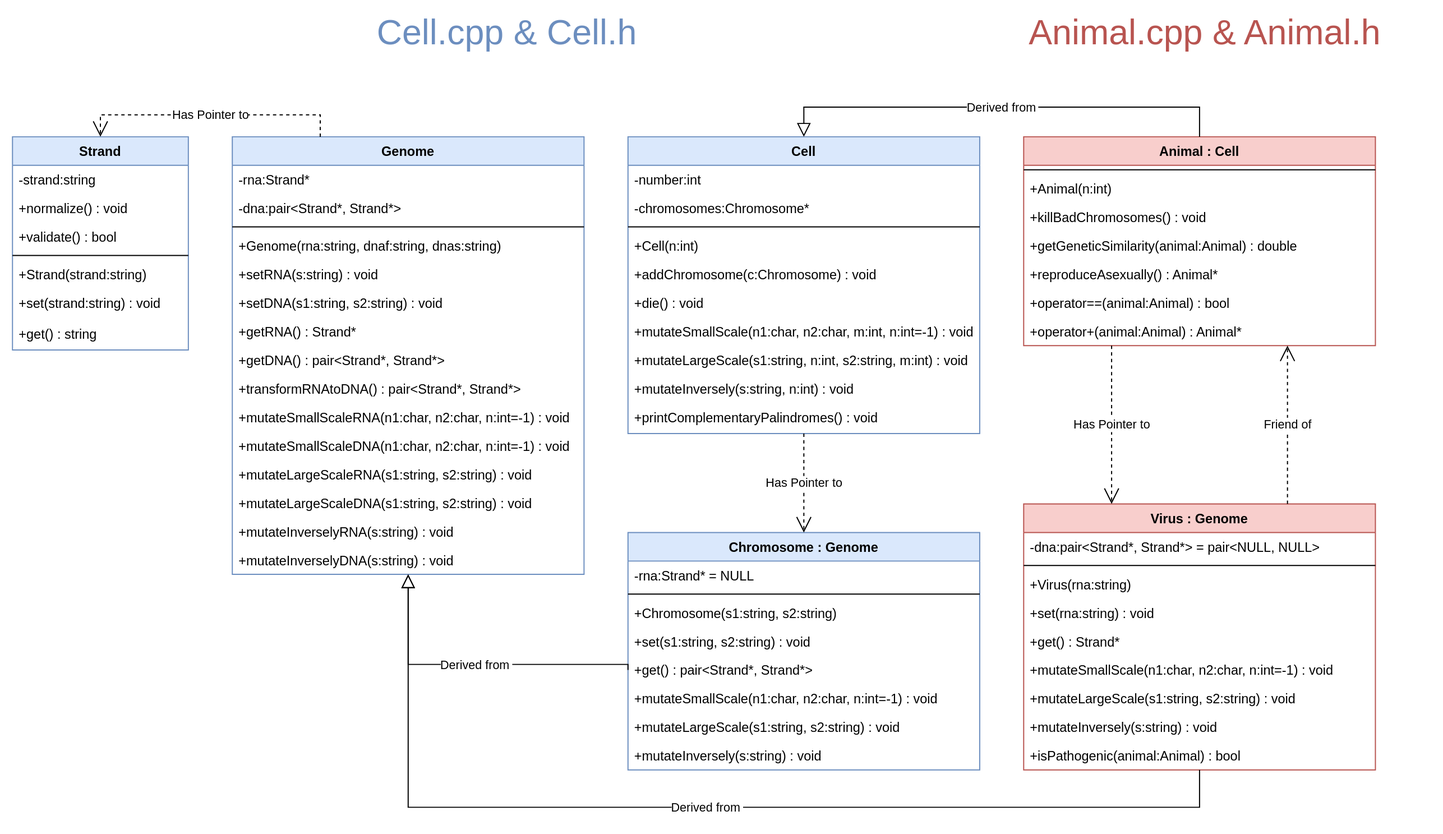
k-forghani/class-of-life keeps this draw.io diagram as schema/classes.svg. Above is the earlier version. Source tidied: cells renumbered, new cells last; positions are measured from the earlier drawing's top-left corner, leaving out a move shared by most shapes.
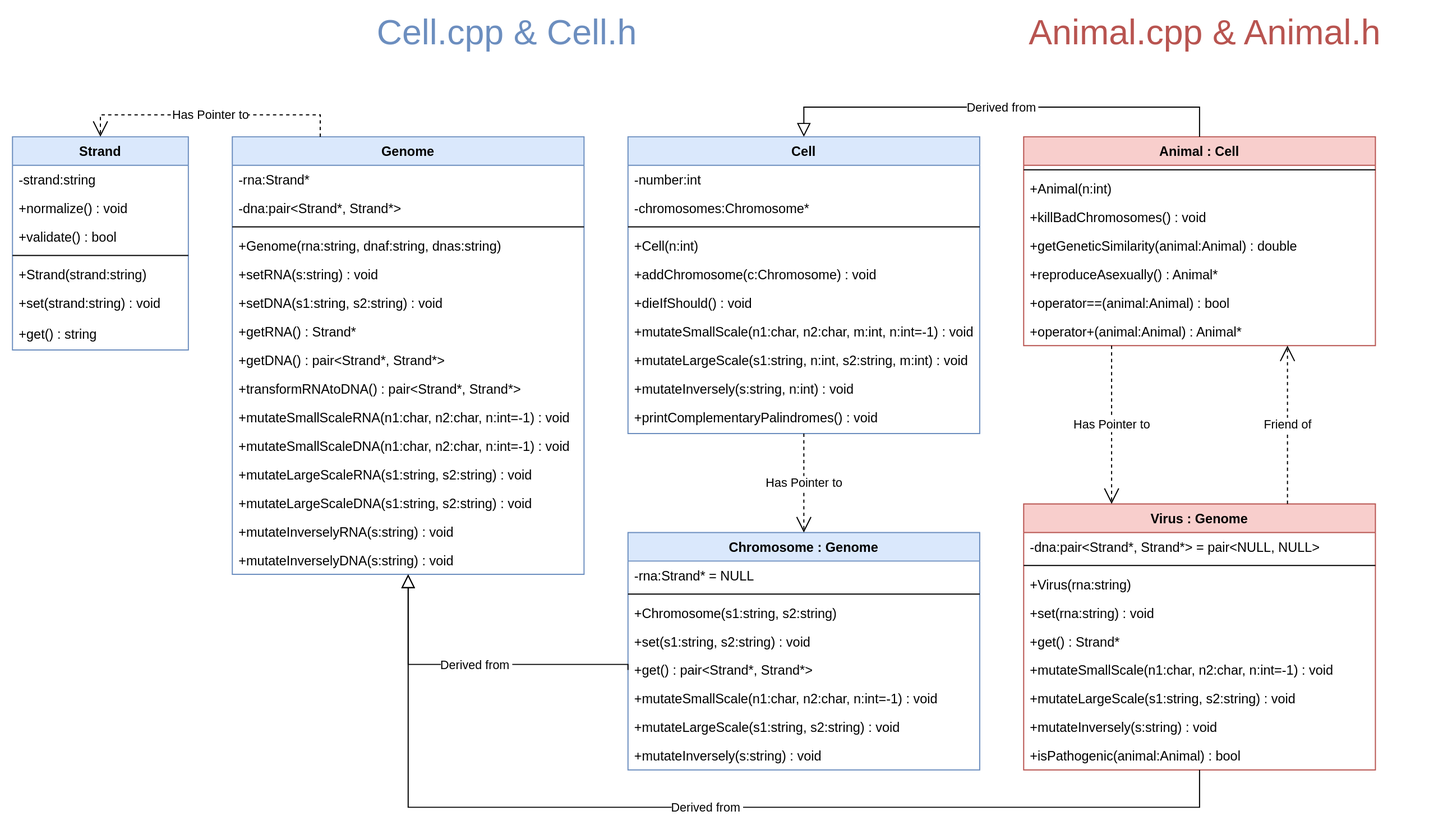
Later version of the same file.

Commit message:
Modified classes schema

The edit, as a diff of the source:
```diff
@@ -127,7 +127,7 @@
     <mxCell id="41" value="+addChromosome(c:Chromosome) : void" style="text;align=left;verticalAlign=top;spacingLeft=4;spacingRight=4;overflow=hidden;" parent="36" vertex="1">
       <mxGeometry y="112" width="320" height="26" as="geometry" />
     </mxCell>
-    <mxCell id="42" value="+die() : void" style="text;align=left;verticalAlign=top;spacingLeft=4;spacingRight=4;overflow=hidden;" parent="36" vertex="1">
+    <mxCell id="42" value="+dieIfShould() : void" style="text;align=left;verticalAlign=top;spacingLeft=4;spacingRight=4;overflow=hidden;" parent="36" vertex="1">
       <mxGeometry y="138" width="320" height="26" as="geometry" />
     </mxCell>
     <mxCell id="43" value="+mutateSmallScale(n1:char, n2:char, m:int, n:int=-1) : void" style="text;align=left;verticalAlign=top;spacingLeft=4;spacingRight=4;overflow=hidden;" parent="36" vertex="1">
```
